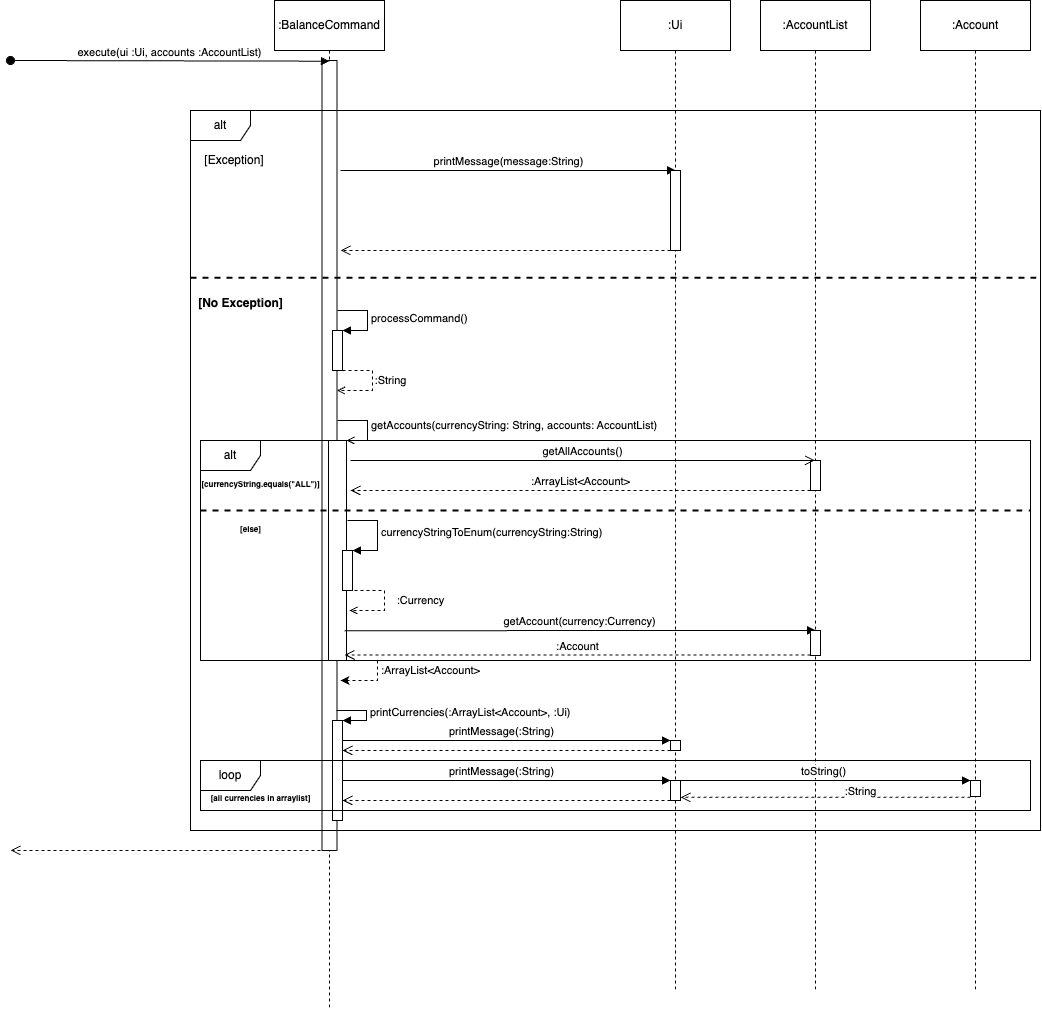
The draw.io diagram docs/images/BalanceSeqDiagram.png in woowenjun99/tp, before a commit. Source tidied: cells renumbered, new cells last; positions are measured from the earlier drawing's top-left corner, leaving out a move shared by most shapes.
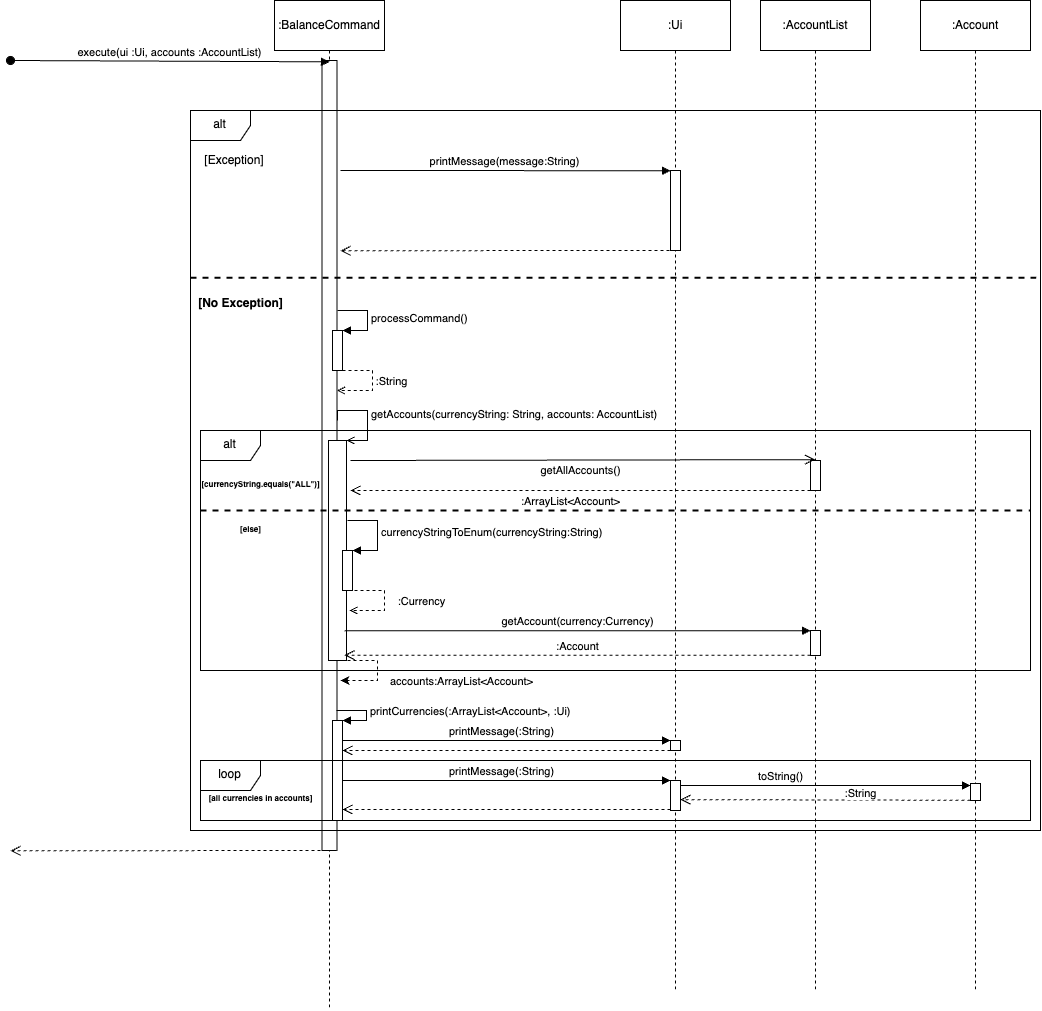
After the commit.

Commit message:
Update developer guide

The edit, as a diff of the source:
```diff
@@ -83,7 +83,8 @@
       <mxGeometry relative="1" as="geometry">
         <mxPoint x="327" y="420" as="sourcePoint" />
         <Array as="points">
-          <mxPoint x="357" y="420" />
+          <mxPoint x="327" y="410" />
+          <mxPoint x="357" y="410" />
           <mxPoint x="357" y="440" />
         </Array>
       </mxGeometry>
@@ -95,7 +96,7 @@
       <mxGeometry x="750" width="110" height="50" as="geometry" />
     </mxCell>
     <mxCell id="23" value="alt" style="shape=umlFrame;whiteSpace=wrap;html=1;" parent="1" vertex="1">
-      <mxGeometry x="190" y="440" width="830" height="220" as="geometry" />
+      <mxGeometry x="190" y="430" width="830" height="240" as="geometry" />
     </mxCell>
     <mxCell id="24" value="&lt;font style=&quot;font-size: 8px;&quot;&gt;[currencyString.equals(&quot;ALL&quot;)]&lt;/font&gt;" style="text;align=center;fontStyle=1;verticalAlign=middle;spacingLeft=3;spacingRight=3;strokeColor=none;html=1;" parent="1" vertex="1">
       <mxGeometry x="210" y="470" width="80" height="26" as="geometry" />
@@ -104,12 +105,12 @@
       <mxGeometry x="800" y="460" width="10" height="30" as="geometry" />
     </mxCell>
     <mxCell id="26" value="getAllAccounts()" style="html=1;verticalAlign=bottom;startArrow=none;startFill=0;endArrow=open;startSize=6;endSize=8;edgeStyle=elbowEdgeStyle;elbow=vertical;curved=0;rounded=0;" parent="1" edge="1" target="21">
-      <mxGeometry relative="1" as="geometry">
+      <mxGeometry x="-0.01" y="-20" relative="1" as="geometry">
         <mxPoint x="340" y="460" as="sourcePoint" />
       </mxGeometry>
     </mxCell>
     <mxCell id="27" value=":ArrayList&amp;lt;Account&amp;gt;" style="html=1;verticalAlign=bottom;endArrow=open;dashed=1;endSize=8;edgeStyle=elbowEdgeStyle;elbow=vertical;curved=0;rounded=0;" parent="1" edge="1" source="25">
-      <mxGeometry relative="1" as="geometry">
+      <mxGeometry x="0.04" y="20" relative="1" as="geometry">
         <mxPoint x="340" y="490" as="targetPoint" />
         <Array as="points">
           <mxPoint x="790" y="490" />
@@ -158,9 +159,9 @@
         </Array>
       </mxGeometry>
     </mxCell>
-    <mxCell id="35" value=":ArrayList&amp;lt;Account&amp;gt;" style="edgeLabel;html=1;align=center;verticalAlign=middle;" parent="34" vertex="1">
+    <mxCell id="35" value="accounts:ArrayList&amp;lt;Account&amp;gt;" style="edgeLabel;html=1;align=center;verticalAlign=middle;" parent="34" vertex="1">
       <mxGeometry x="-0.08" y="-1" relative="1" as="geometry">
-        <mxPoint x="54" as="offset" />
+        <mxPoint x="84" y="10" as="offset" />
       </mxGeometry>
     </mxCell>
     <mxCell id="36" value="[No Exception]" style="text;align=center;fontStyle=1;verticalAlign=middle;spacingLeft=3;spacingRight=3;strokeColor=none;html=1;" parent="1" vertex="1">
@@ -196,10 +197,10 @@
       </mxGeometry>
     </mxCell>
     <mxCell id="41" value="loop" style="shape=umlFrame;whiteSpace=wrap;html=1;" parent="1" vertex="1">
-      <mxGeometry x="190" y="760" width="830" height="50" as="geometry" />
+      <mxGeometry x="190" y="760" width="830" height="60" as="geometry" />
     </mxCell>
     <mxCell id="42" style="html=1;points=[];perimeter=orthogonalPerimeter;outlineConnect=0;targetShapes=umlLifeline;portConstraint=eastwest;newEdgeStyle={&quot;edgeStyle&quot;:&quot;elbowEdgeStyle&quot;,&quot;elbow&quot;:&quot;vertical&quot;,&quot;curved&quot;:0,&quot;rounded&quot;:0};" parent="1" vertex="1">
-      <mxGeometry x="660" y="780" width="10" height="20" as="geometry" />
+      <mxGeometry x="660" y="780" width="10" height="30" as="geometry" />
     </mxCell>
     <mxCell id="43" value="printMessage(:String)" style="html=1;verticalAlign=bottom;endArrow=block;edgeStyle=elbowEdgeStyle;elbow=vertical;curved=0;rounded=0;" parent="1" edge="1">
       <mxGeometry relative="1" as="geometry">
@@ -212,14 +213,14 @@
     </mxCell>
     <mxCell id="44" style="html=1;verticalAlign=bottom;endArrow=open;dashed=1;endSize=8;edgeStyle=elbowEdgeStyle;elbow=vertical;curved=0;rounded=0;" parent="1" edge="1">
       <mxGeometry x="-0.09" y="-10" relative="1" as="geometry">
-        <mxPoint x="660" y="800" as="sourcePoint" />
-        <mxPoint x="332" y="800" as="targetPoint" />
+        <mxPoint x="660" y="809" as="sourcePoint" />
+        <mxPoint x="332" y="809" as="targetPoint" />
         <Array as="points">
-          <mxPoint x="650" y="800" />
+          <mxPoint x="650" y="809" />
         </Array>
       </mxGeometry>
     </mxCell>
-    <mxCell id="45" value="&lt;font style=&quot;font-size: 8px;&quot;&gt;[all currencies in arraylist]&lt;/font&gt;" style="text;align=center;fontStyle=1;verticalAlign=middle;spacingLeft=3;spacingRight=3;strokeColor=none;html=1;" parent="1" vertex="1">
+    <mxCell id="45" value="&lt;font style=&quot;font-size: 8px;&quot;&gt;[all currencies in accounts]&lt;/font&gt;" style="text;align=center;fontStyle=1;verticalAlign=middle;spacingLeft=3;spacingRight=3;strokeColor=none;html=1;" parent="1" vertex="1">
       <mxGeometry x="210" y="784" width="80" height="26" as="geometry" />
     </mxCell>
     <mxCell id="46" value="getAccount(currency:Currency)" style="html=1;verticalAlign=bottom;endArrow=block;edgeStyle=elbowEdgeStyle;elbow=vertical;curved=0;rounded=0;" parent="1" edge="1" target="47">
@@ -235,11 +236,12 @@
         <mxPoint x="334" y="654.7" as="targetPoint" />
       </mxGeometry>
     </mxCell>
-    <mxCell id="49" value="toString()" style="html=1;verticalAlign=bottom;endArrow=block;edgeStyle=elbowEdgeStyle;elbow=vertical;curved=0;rounded=0;" parent="1" edge="1" target="52">
-      <mxGeometry relative="1" as="geometry">
-        <mxPoint x="670" y="784.9" as="sourcePoint" />
+    <mxCell id="49" value="toString()" style="html=1;verticalAlign=bottom;endArrow=block;edgeStyle=elbowEdgeStyle;elbow=vertical;curved=0;rounded=0;" parent="1" edge="1">
+      <mxGeometry x="-0.29" relative="1" as="geometry">
+        <mxPoint x="670" y="789.9" as="sourcePoint" />
+        <mxPoint x="960" y="785" as="targetPoint" />
         <Array as="points">
-          <mxPoint x="770" y="780" />
+          <mxPoint x="770" y="785" />
         </Array>
       </mxGeometry>
     </mxCell>
@@ -253,14 +255,15 @@
       <mxGeometry x="945" y="10" width="40" height="980" as="geometry" />
     </mxCell>
     <mxCell id="52" style="html=1;points=[];perimeter=orthogonalPerimeter;outlineConnect=0;targetShapes=umlLifeline;portConstraint=eastwest;newEdgeStyle={&quot;edgeStyle&quot;:&quot;elbowEdgeStyle&quot;,&quot;elbow&quot;:&quot;vertical&quot;,&quot;curved&quot;:0,&quot;rounded&quot;:0};" parent="51" vertex="1">
-      <mxGeometry x="15" y="770" width="10" height="16" as="geometry" />
+      <mxGeometry x="15" y="773" width="10" height="17" as="geometry" />
     </mxCell>
     <mxCell id="53" value=":Account" style="html=1;whiteSpace=wrap;" parent="1" vertex="1">
       <mxGeometry x="910" width="110" height="50" as="geometry" />
     </mxCell>
-    <mxCell id="54" value=":String" style="html=1;verticalAlign=bottom;endArrow=open;dashed=1;endSize=8;edgeStyle=elbowEdgeStyle;elbow=vertical;curved=0;rounded=0;" parent="1" edge="1" target="42">
+    <mxCell id="54" value=":String" style="html=1;verticalAlign=bottom;endArrow=open;dashed=1;endSize=8;edgeStyle=elbowEdgeStyle;elbow=vertical;curved=0;rounded=0;" parent="1" edge="1">
       <mxGeometry x="-0.24" y="3" relative="1" as="geometry">
-        <mxPoint x="960" y="796.8" as="sourcePoint" />
+        <mxPoint x="960" y="799.8" as="sourcePoint" />
+        <mxPoint x="670" y="799.7" as="targetPoint" />
       </mxGeometry>
     </mxCell>
   </root>
```
